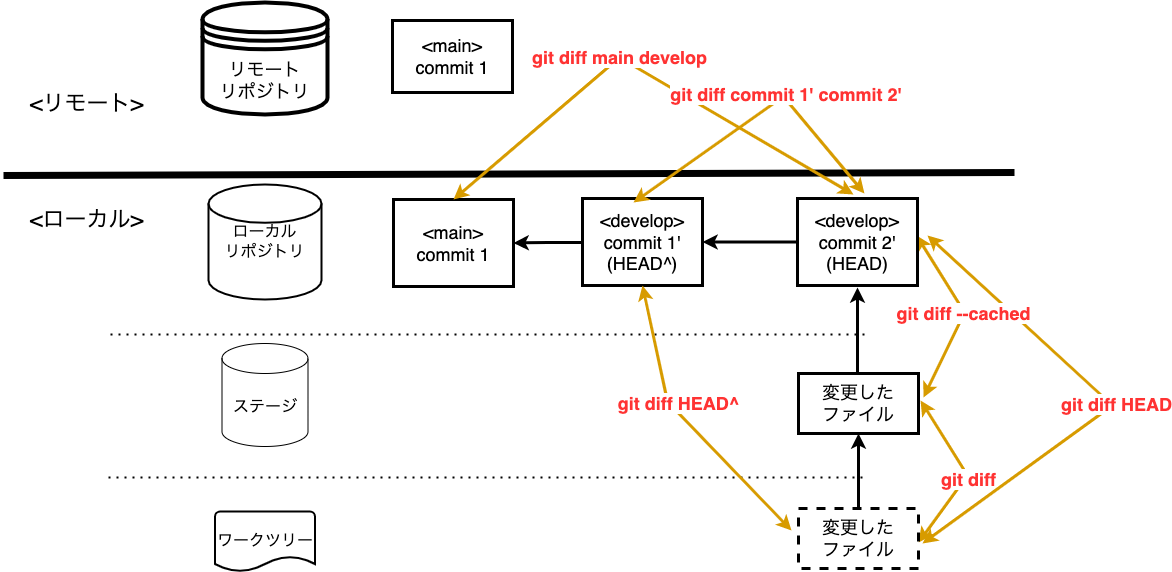
irongineer/learning-git-for-team keeps this draw.io diagram as assets/image/Git勉強会_コマンドイメージ図-diff.drawio.png. Above is the earlier version. Source tidied: cells renumbered, new cells last; positions are measured from the earlier drawing's top-left corner, leaving out a move shared by most shapes.
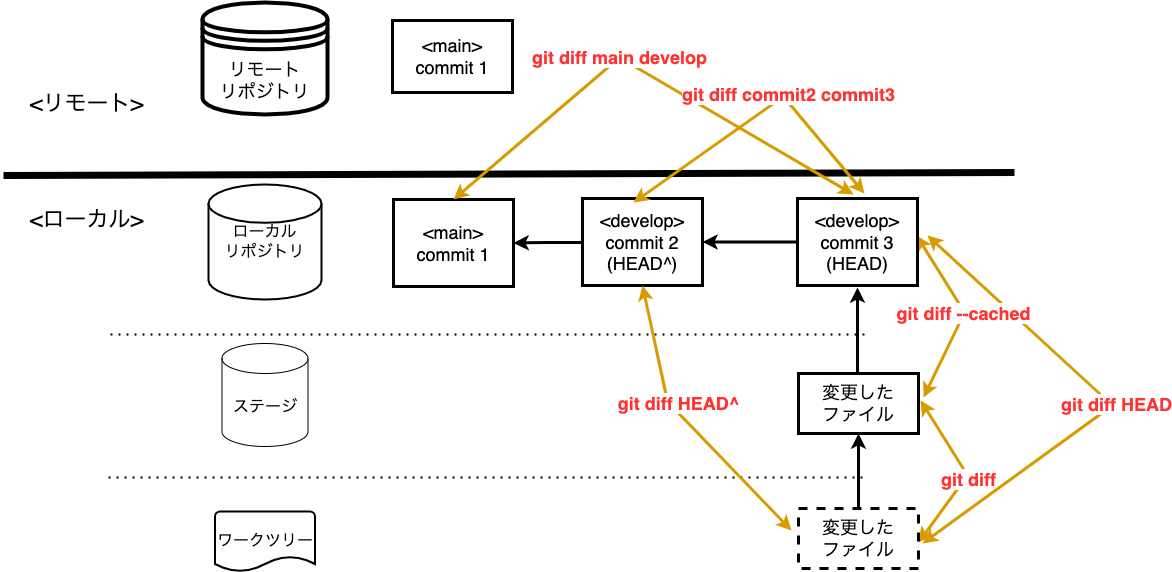
Above is the later version.

The edit, as a diff of the source:
```diff
@@ -49,7 +49,7 @@
         <mxPoint x="579" y="240" as="sourcePoint" />
       </mxGeometry>
     </mxCell>
-    <mxCell id="14" value="&lt;font color=&quot;#000000&quot;&gt;&amp;lt;develop&amp;gt;&lt;br&gt;commit 1'&lt;br&gt;(HEAD^)&lt;br&gt;&lt;/font&gt;" style="whiteSpace=wrap;html=1;fontSize=18;fontColor=#FF3333;strokeWidth=3;" parent="1" vertex="1">
+    <mxCell id="14" value="&lt;font color=&quot;#000000&quot;&gt;&amp;lt;develop&amp;gt;&lt;br&gt;commit 2&lt;br&gt;(HEAD^)&lt;br&gt;&lt;/font&gt;" style="whiteSpace=wrap;html=1;fontSize=18;fontColor=#FF3333;strokeWidth=3;" parent="1" vertex="1">
       <mxGeometry x="579" y="196" width="120" height="87" as="geometry" />
     </mxCell>
     <mxCell id="15" style="endArrow=classic;startArrow=classic;html=1;rounded=0;fontSize=18;fontColor=#FF3333;strokeWidth=3;fillColor=#ffe6cc;strokeColor=#d79b00;entryX=1.017;entryY=0.586;entryDx=0;entryDy=0;entryPerimeter=0;" parent="1" edge="1">
@@ -97,7 +97,7 @@
     <mxCell id="21" style="edgeStyle=orthogonalEdgeStyle;rounded=0;jettySize=auto;html=1;fontSize=14;fontColor=#000000;strokeWidth=3;" parent="1" edge="1" source="22" target="14">
       <mxGeometry relative="1" as="geometry" />
     </mxCell>
-    <mxCell id="22" value="&lt;font color=&quot;#000000&quot;&gt;&amp;lt;develop&amp;gt;&lt;br&gt;commit 2'&lt;br&gt;(HEAD)&lt;br&gt;&lt;/font&gt;" style="whiteSpace=wrap;html=1;fontSize=18;fontColor=#FF3333;strokeWidth=3;" parent="1" vertex="1">
+    <mxCell id="22" value="&lt;font color=&quot;#000000&quot;&gt;&amp;lt;develop&amp;gt;&lt;br&gt;commit 3&lt;br&gt;(HEAD)&lt;br&gt;&lt;/font&gt;" style="whiteSpace=wrap;html=1;fontSize=18;fontColor=#FF3333;strokeWidth=3;" parent="1" vertex="1">
       <mxGeometry x="794" y="196" width="120" height="87" as="geometry" />
     </mxCell>
     <mxCell id="23" style="edgeStyle=orthogonalEdgeStyle;rounded=0;jettySize=auto;html=1;fontSize=18;strokeWidth=3;entryX=0.5;entryY=1;entryDx=0;entryDy=0;exitX=0.5;exitY=0;exitDx=0;exitDy=0;" parent="1" edge="1" source="24" target="25">
@@ -130,7 +130,7 @@
         </Array>
       </mxGeometry>
     </mxCell>
-    <mxCell id="29" value="&lt;b style=&quot;color: rgb(255 , 51 , 51) ; font-size: 18px ; font-style: normal ; letter-spacing: normal ; text-align: center ; text-indent: 0px ; text-transform: none ; word-spacing: 0px ; font-family: &amp;#34;helvetica&amp;#34;&quot;&gt;git diff commit 1' commit 2'&amp;nbsp;&lt;/b&gt;" style="endArrow=classic;startArrow=classic;html=1;rounded=0;fontSize=18;fontColor=#FF3333;strokeWidth=3;fillColor=#ffe6cc;strokeColor=#d79b00;entryX=0.5;entryY=0;entryDx=0;entryDy=0;exitX=0.558;exitY=-0.057;exitDx=0;exitDy=0;exitPerimeter=0;" parent="1" edge="1" source="22">
+    <mxCell id="29" value="&lt;b style=&quot;color: rgb(255 , 51 , 51) ; font-size: 18px ; font-style: normal ; letter-spacing: normal ; text-align: center ; text-indent: 0px ; text-transform: none ; word-spacing: 0px ; font-family: &amp;#34;helvetica&amp;#34;&quot;&gt;git diff commit2 commit3&lt;/b&gt;" style="endArrow=classic;startArrow=classic;html=1;rounded=0;fontSize=18;fontColor=#FF3333;strokeWidth=3;fillColor=#ffe6cc;strokeColor=#d79b00;entryX=0.5;entryY=0;entryDx=0;entryDy=0;exitX=0.558;exitY=-0.057;exitDx=0;exitDy=0;exitPerimeter=0;" parent="1" edge="1" source="22">
       <mxGeometry x="-0.2" y="-5" relative="1" as="geometry">
         <mxPoint x="630" y="200" as="targetPoint" />
         <Array as="points">
```
